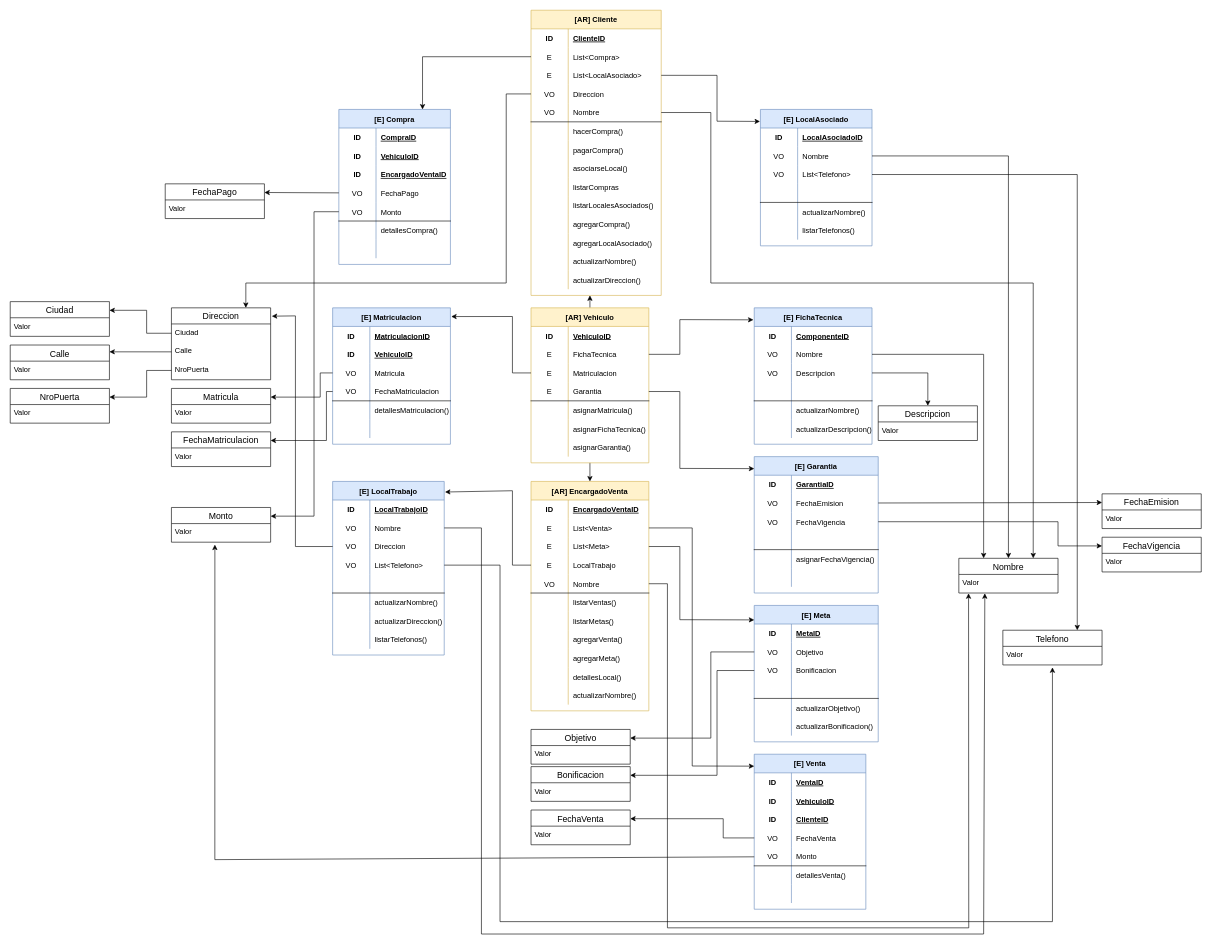
Before: page "Modelo de dominio" (2 of 3) of Reto Final DDD.drawio in HenryFerreira/Reto-Final-DDD, a draw.io diagram. Source tidied: cells renumbered, new cells numbered last; positions are measured from the earlier drawing's top-left corner, leaving out a move shared by most shapes. Both pictures are drawn from the tidied source at 62%, with x=0, y=0 at pixel (10, 10).
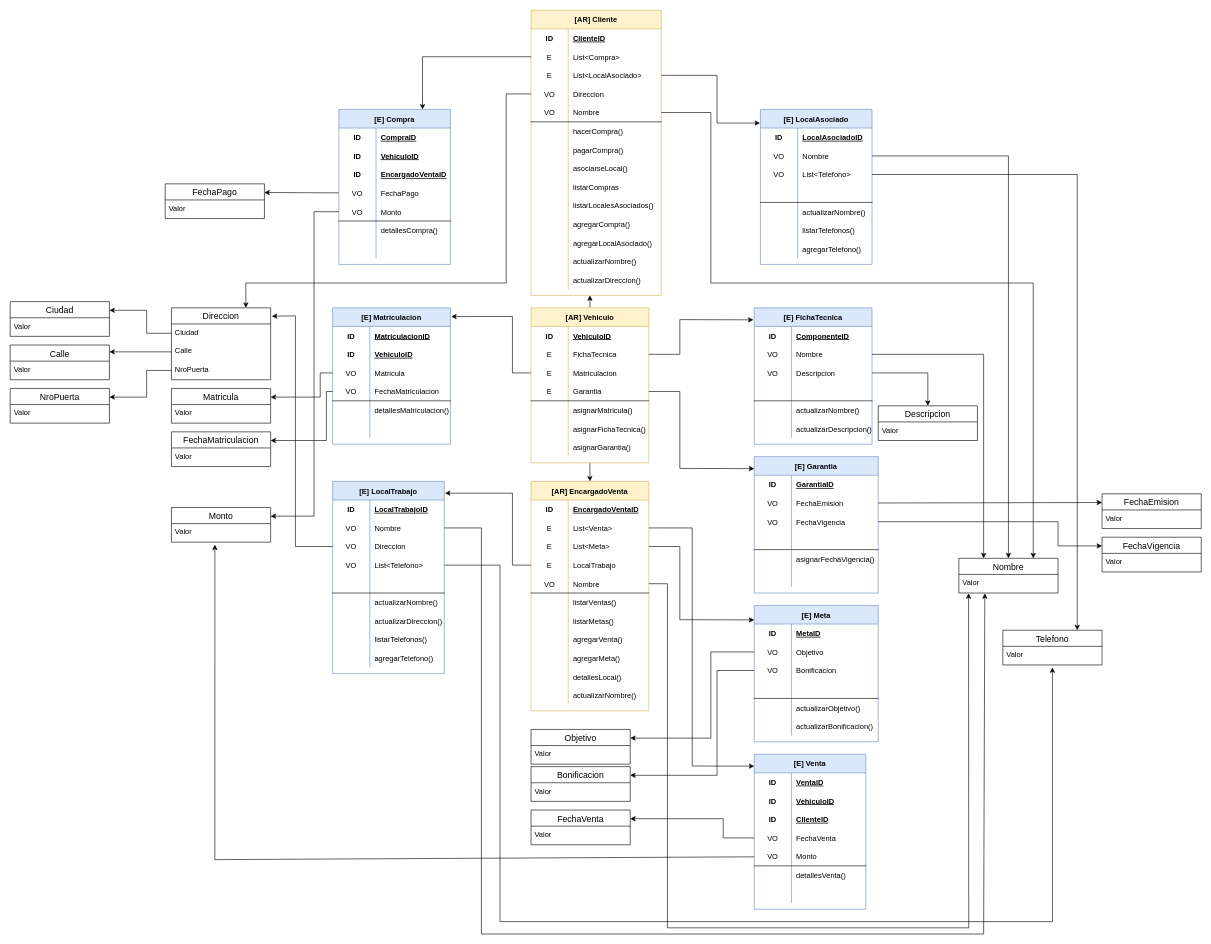
After the change.

Commit message (it also covers changes not shown here):
Se modifico el Modelo de dominio y se agrego el metodo agregarTelefono en los [E] LocalTrabajo y LocalAsociado

Unchanged cells that the change refers to:
```xml
<mxCell id="9" style="shape=tableRow;horizontal=0;startSize=0;swimlaneHead=0;swimlaneBody=0;fillColor=none;points=[[0,0.5],[1,0.5]];portConstraint=eastwest;top=0;left=0;right=0;bottom=0;" parent="2" vertex="1">
  <mxGeometry y="90" width="210" height="30" as="geometry" />
</mxCell>
<mxCell id="79" style="shape=tableRow;horizontal=0;startSize=0;swimlaneHead=0;swimlaneBody=0;fillColor=none;points=[[0,0.5],[1,0.5]];portConstraint=eastwest;top=0;left=0;right=0;bottom=0;" parent="69" vertex="1">
  <mxGeometry y="120" width="190" height="30" as="geometry" />
</mxCell>
```

What changed in the source:
```diff
@@
     <mxCell id="122" value="[E] LocalAsociado" style="shape=table;startSize=30;childLayout=tableLayout;rowLines=0;fontStyle=1;align=center;fillColor=#dae8fc;strokeColor=#6c8ebf;" parent="1" vertex="1">
-      <mxGeometry x="1210" y="160" width="180" height="220" as="geometry" />
+      <mxGeometry x="1210" y="160" width="180" height="250" as="geometry" />
     </mxCell>
@@
+    <mxCell id="332" style="shape=tableRow;horizontal=0;startSize=0;swimlaneHead=0;swimlaneBody=0;fillColor=none;top=0;left=0;right=0;bottom=0;" parent="122" vertex="1">
+      <mxGeometry y="210" width="180" height="30" as="geometry" />
+    </mxCell>
+    <mxCell id="333" style="shape=partialRectangle;fillColor=none;top=0;left=0;bottom=0;right=0;overflow=hidden;" parent="332" vertex="1">
+      <mxGeometry width="60" height="30" as="geometry" />
+    </mxCell>
+    <mxCell id="334" value="agregarTelefono()" style="shape=partialRectangle;fillColor=none;top=0;left=0;bottom=0;right=0;align=left;spacingLeft=6;overflow=hidden;" parent="332" vertex="1">
+      <mxGeometry x="60" width="120" height="30" as="geometry" />
+    </mxCell>
@@
     <mxCell id="220" value="[E] LocalTrabajo" style="shape=table;startSize=30;childLayout=tableLayout;rowLines=0;fontStyle=1;align=center;fillColor=#dae8fc;strokeColor=#6c8ebf;" parent="1" vertex="1">
-      <mxGeometry x="520" y="760" width="180" height="280" as="geometry" />
+      <mxGeometry x="520" y="760" width="180" height="310" as="geometry" />
     </mxCell>
@@
+    <mxCell id="335" style="shape=tableRow;horizontal=0;startSize=0;swimlaneHead=0;swimlaneBody=0;fillColor=none;top=0;left=0;right=0;bottom=0;" parent="220" vertex="1">
+      <mxGeometry y="270" width="180" height="30" as="geometry" />
+    </mxCell>
+    <mxCell id="336" style="shape=partialRectangle;fillColor=none;top=0;left=0;bottom=0;right=0;overflow=hidden;" parent="335" vertex="1">
+      <mxGeometry width="60" height="30" as="geometry" />
+    </mxCell>
+    <mxCell id="337" value="agregarTelefono()" style="shape=partialRectangle;fillColor=none;top=0;left=0;bottom=0;right=0;align=left;spacingLeft=6;overflow=hidden;" parent="335" vertex="1">
+      <mxGeometry x="60" width="120" height="30" as="geometry" />
+    </mxCell>
@@
     <mxCell id="301" style="edgeStyle=none;rounded=0;jettySize=auto;html=1;entryX=-0.004;entryY=0.088;entryDx=0;entryDy=0;entryPerimeter=0;" parent="1" edge="1" source="9" target="122">
       <mxGeometry relative="1" as="geometry">
         <Array as="points">
           <mxPoint x="1140" y="105" />
-          <mxPoint x="1140" y="179" />
+          <mxPoint x="1140" y="182" />
         </Array>
       </mxGeometry>
     </mxCell>
@@
     <mxCell id="306" style="edgeStyle=none;rounded=0;jettySize=auto;html=1;entryX=1.007;entryY=0.061;entryDx=0;entryDy=0;entryPerimeter=0;" parent="1" edge="1" source="79" target="220">
       <mxGeometry relative="1" as="geometry">
         <Array as="points">
           <mxPoint x="810" y="895" />
-          <mxPoint x="810" y="775" />
+          <mxPoint x="810" y="779" />
         </Array>
       </mxGeometry>
     </mxCell>
```
